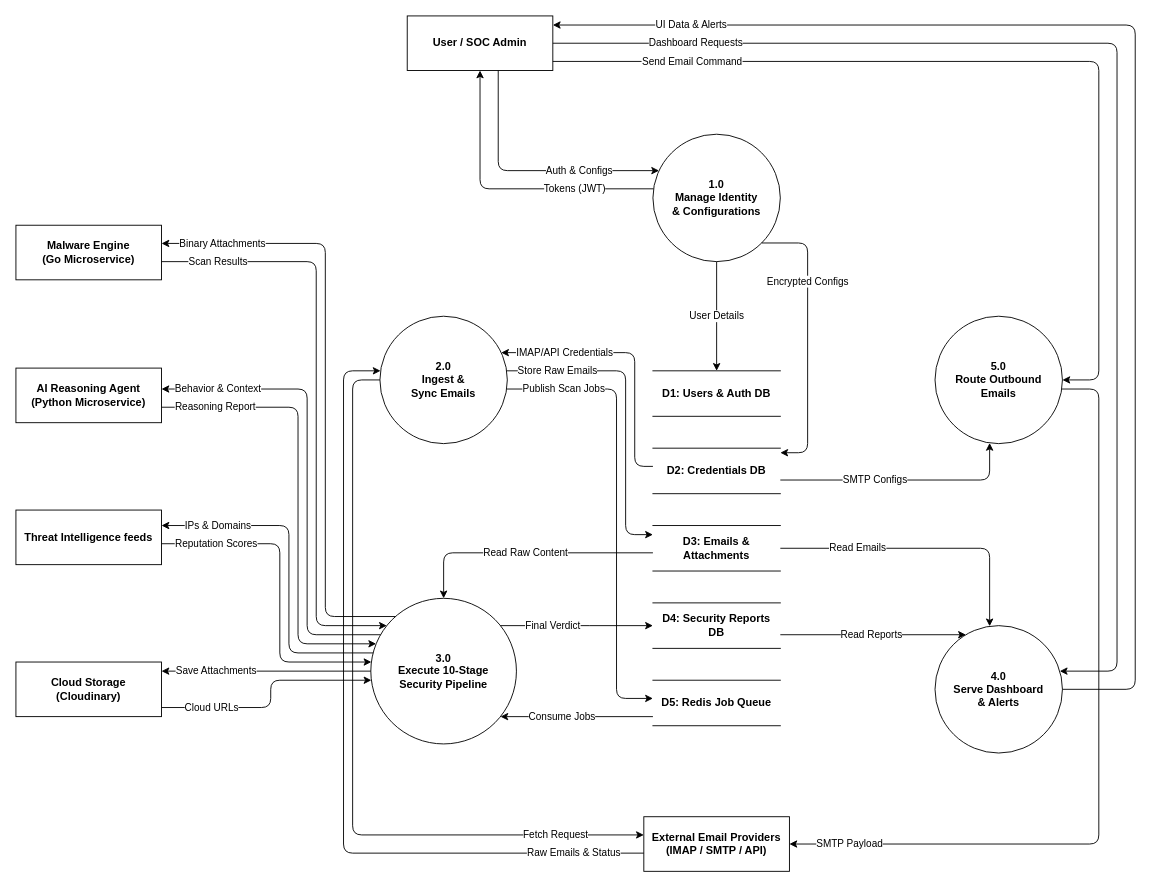
The-Team-Dream/SecureMail keeps this draw.io diagram as diagrams/dfd1.drawio. Above is the earlier version. Source tidied: cells renumbered, new cells numbered last; positions are measured from the earlier drawing's top-left corner, leaving out a move shared by most shapes. Both pictures are drawn from the tidied source at 91%, with x=0, y=0 at pixel (15, 15).
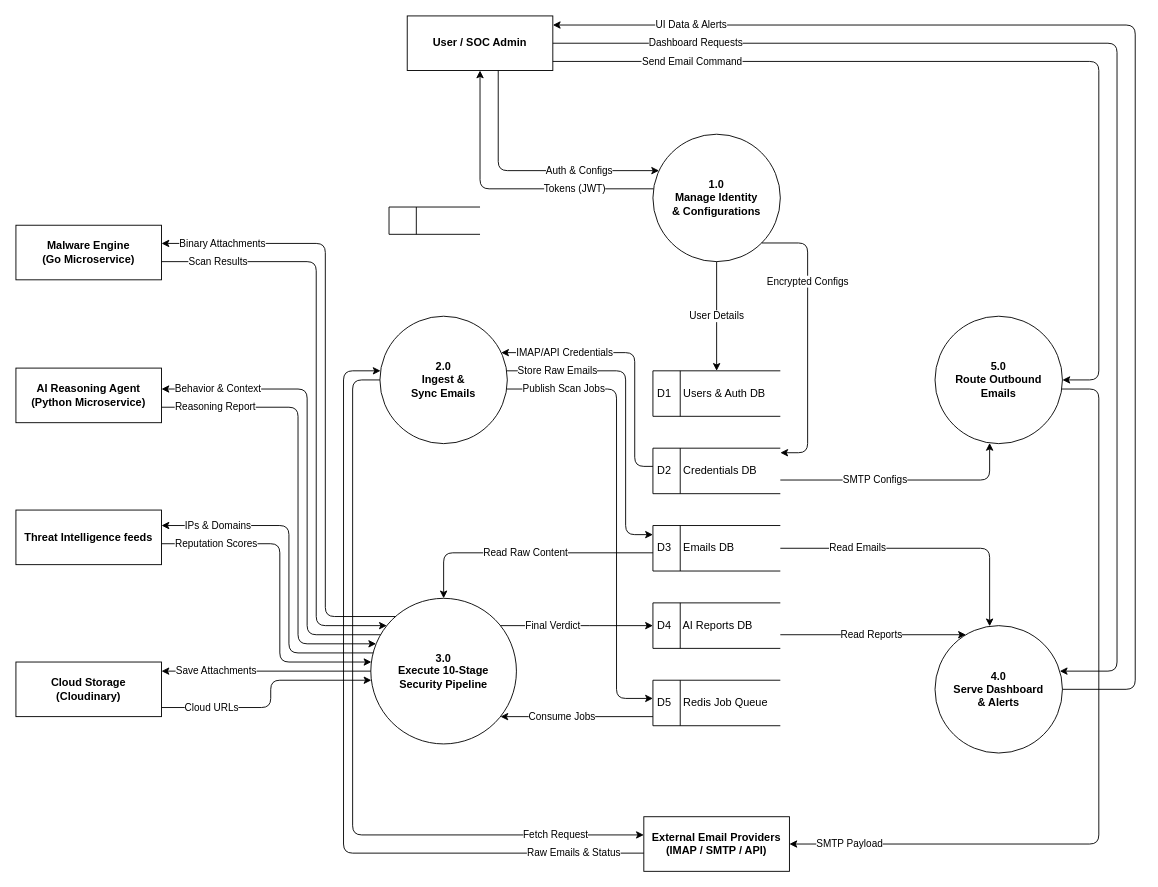
The same page after the edit.

The edit, as a diff of the source:
```diff
@@
-    <mxCell id="13" value="D1: Users &amp;amp; Auth DB" style="shape=partialRectangle;whiteSpace=wrap;html=1;left=0;right=0;fontStyle=1;labelBackgroundColor=default;" parent="1" vertex="1">
+    <mxCell id="13" value="D1&amp;nbsp; &amp;nbsp; Users &amp;amp; Auth DB" style="html=1;dashed=0;whiteSpace=wrap;shape=mxgraph.dfd.dataStoreID;align=left;spacingLeft=3;points=[[0,0],[0.5,0],[1,0],[0,0.5],[1,0.5],[0,1],[0.5,1],[1,1]];" parent="1" vertex="1">
       <mxGeometry x="700" y="390" width="140" height="50" as="geometry" />
     </mxCell>
-    <mxCell id="14" value="D2: Credentials DB" style="shape=partialRectangle;whiteSpace=wrap;html=1;left=0;right=0;fontStyle=1;labelBackgroundColor=default;" parent="1" vertex="1">
+    <mxCell id="14" value="D2&amp;nbsp; &amp;nbsp; Credentials DB" style="html=1;dashed=0;whiteSpace=wrap;shape=mxgraph.dfd.dataStoreID;align=left;spacingLeft=3;points=[[0,0],[0.5,0],[1,0],[0,0.5],[1,0.5],[0,1],[0.5,1],[1,1]];" parent="1" vertex="1">
       <mxGeometry x="700" y="475" width="140" height="50" as="geometry" />
     </mxCell>
-    <mxCell id="15" value="D3: Emails &amp;amp; Attachments" style="shape=partialRectangle;whiteSpace=wrap;html=1;left=0;right=0;fontStyle=1;labelBackgroundColor=default;" parent="1" vertex="1">
+    <mxCell id="15" value="D3&amp;nbsp; &amp;nbsp; Emails DB" style="html=1;dashed=0;whiteSpace=wrap;shape=mxgraph.dfd.dataStoreID;align=left;spacingLeft=3;points=[[0,0],[0.5,0],[1,0],[0,0.5],[1,0.5],[0,1],[0.5,1],[1,1]];" parent="1" vertex="1">
       <mxGeometry x="700" y="560" width="140" height="50" as="geometry" />
     </mxCell>
-    <mxCell id="16" value="D4: Security Reports DB" style="shape=partialRectangle;whiteSpace=wrap;html=1;left=0;right=0;fontStyle=1;labelBackgroundColor=default;" parent="1" vertex="1">
+    <mxCell id="16" value="D4&amp;nbsp; &amp;nbsp; AI Reports DB" style="html=1;dashed=0;whiteSpace=wrap;shape=mxgraph.dfd.dataStoreID;align=left;spacingLeft=3;points=[[0,0],[0.5,0],[1,0],[0,0.5],[1,0.5],[0,1],[0.5,1],[1,1]];" parent="1" vertex="1">
       <mxGeometry x="700" y="645" width="140" height="50" as="geometry" />
     </mxCell>
-    <mxCell id="17" value="D5: Redis Job Queue" style="shape=partialRectangle;whiteSpace=wrap;html=1;left=0;right=0;fontStyle=1;labelBackgroundColor=default;" parent="1" vertex="1">
+    <mxCell id="17" value="D5&amp;nbsp; &amp;nbsp; Redis Job Queue" style="html=1;dashed=0;whiteSpace=wrap;shape=mxgraph.dfd.dataStoreID;align=left;spacingLeft=3;points=[[0,0],[0.5,0],[1,0],[0,0.5],[1,0.5],[0,1],[0.5,1],[1,1]];" parent="1" vertex="1">
       <mxGeometry x="700" y="730" width="140" height="50" as="geometry" />
     </mxCell>
@@
+    <mxCell id="45" style="html=1;dashed=0;whiteSpace=wrap;shape=mxgraph.dfd.dataStoreID;align=left;spacingLeft=3;" parent="1" vertex="1">
+      <mxGeometry x="410" y="210" width="100" height="30" as="geometry" />
+    </mxCell>
```
